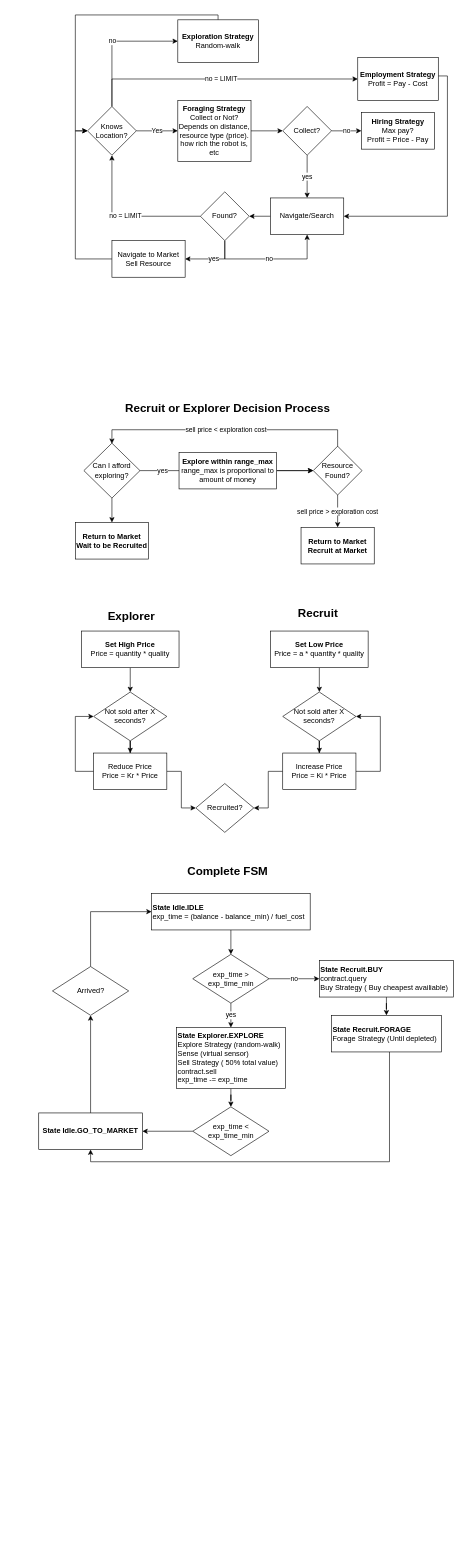
This is MarketForaging/Copy of Untitled Diagram.drawio from teksander/geth-argos, a draw.io file, before an edit. Source tidied: cells renumbered, new cells numbered last; positions are measured from the earlier drawing's top-left corner, leaving out a move shared by most shapes. Both pictures are drawn from the tidied source at 61%, with x=0, y=0 at pixel (38, 15).
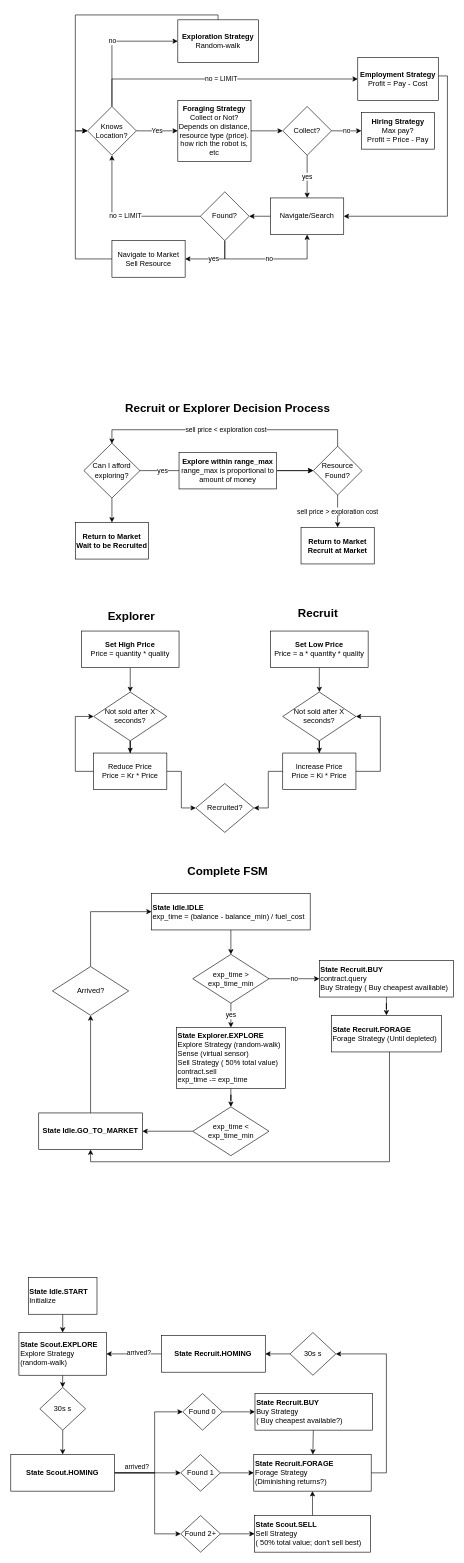
The same page after the edit.

What changed in the source:
```diff
@@
+    <mxCell id="71" style="edgeStyle=orthogonalEdgeStyle;rounded=0;jettySize=auto;html=1;entryX=0.5;entryY=0;entryDx=0;entryDy=0;" parent="1" edge="1" source="72" target="74">
+      <mxGeometry relative="1" as="geometry" />
+    </mxCell>
+    <mxCell id="72" value="&lt;b&gt;State Idle.START&lt;br&gt;&lt;/b&gt;Initialize" style="rounded=0;whiteSpace=wrap;html=1;align=left;" parent="1" vertex="1">
+      <mxGeometry x="-17" y="2070" width="112.5" height="60" as="geometry" />
+    </mxCell>
+    <mxCell id="73" style="edgeStyle=orthogonalEdgeStyle;rounded=0;jettySize=auto;html=1;" parent="1" edge="1" source="74" target="76">
+      <mxGeometry relative="1" as="geometry" />
+    </mxCell>
+    <mxCell id="74" value="&lt;b&gt;State Scout.EXPLORE&lt;br&gt;&lt;/b&gt;Explore Strategy &lt;br&gt;(random-walk)" style="whiteSpace=wrap;html=1;rounded=0;align=left;" parent="1" vertex="1">
+      <mxGeometry x="-32.5" y="2160" width="143.4" height="70" as="geometry" />
+    </mxCell>
+    <mxCell id="75" style="edgeStyle=orthogonalEdgeStyle;rounded=0;jettySize=auto;html=1;" parent="1" edge="1" source="76" target="80">
+      <mxGeometry relative="1" as="geometry" />
+    </mxCell>
+    <mxCell id="76" value="30s s" style="rhombus;whiteSpace=wrap;html=1;rounded=0;" parent="1" vertex="1">
+      <mxGeometry x="1.8" y="2250" width="75" height="70" as="geometry" />
+    </mxCell>
+    <mxCell id="77" style="edgeStyle=orthogonalEdgeStyle;rounded=0;jettySize=auto;html=1;entryX=0;entryY=0.5;entryDx=0;entryDy=0;" parent="1" edge="1" source="80" target="86">
+      <mxGeometry relative="1" as="geometry" />
+    </mxCell>
+    <mxCell id="78" style="edgeStyle=orthogonalEdgeStyle;rounded=0;jettySize=auto;html=1;entryX=0;entryY=0.5;entryDx=0;entryDy=0;" parent="1" edge="1" source="80" target="82">
+      <mxGeometry relative="1" as="geometry">
+        <Array as="points">
+          <mxPoint x="190" y="2390" />
+          <mxPoint x="190" y="2290" />
+        </Array>
+      </mxGeometry>
+    </mxCell>
+    <mxCell id="79" style="edgeStyle=orthogonalEdgeStyle;rounded=0;jettySize=auto;html=1;entryX=0;entryY=0.5;entryDx=0;entryDy=0;" parent="1" edge="1" source="80" target="88">
+      <mxGeometry relative="1" as="geometry">
+        <Array as="points">
+          <mxPoint x="190" y="2390" />
+          <mxPoint x="190" y="2490" />
+        </Array>
+      </mxGeometry>
+    </mxCell>
+    <mxCell id="80" value="State Scout.HOMING" style="whiteSpace=wrap;html=1;rounded=0;fontStyle=1;" parent="1" vertex="1">
+      <mxGeometry x="-45.8" y="2360" width="170" height="60" as="geometry" />
+    </mxCell>
+    <mxCell id="81" style="edgeStyle=none;rounded=0;jettySize=auto;html=1;" parent="1" edge="1" source="82" target="92">
+      <mxGeometry relative="1" as="geometry" />
+    </mxCell>
+    <mxCell id="82" value="Found 0" style="rhombus;whiteSpace=wrap;html=1;rounded=0;" parent="1" vertex="1">
+      <mxGeometry x="236" y="2260" width="65" height="60" as="geometry" />
+    </mxCell>
+    <mxCell id="83" style="edgeStyle=orthogonalEdgeStyle;rounded=0;jettySize=auto;html=1;" parent="1" edge="1" source="84" target="94">
+      <mxGeometry relative="1" as="geometry">
+        <Array as="points">
+          <mxPoint x="570" y="2390" />
+          <mxPoint x="570" y="2195" />
+        </Array>
+      </mxGeometry>
+    </mxCell>
+    <mxCell id="84" value="State Recruit.FORAGE&lt;br&gt;&lt;span style=&quot;font-weight: 400&quot;&gt;Forage Strategy &lt;br&gt;(Diminishing returns?)&lt;/span&gt;" style="whiteSpace=wrap;html=1;rounded=0;fontStyle=1;align=left;" parent="1" vertex="1">
+      <mxGeometry x="352.5" y="2360" width="192.5" height="60" as="geometry" />
+    </mxCell>
+    <mxCell id="85" style="edgeStyle=orthogonalEdgeStyle;rounded=0;jettySize=auto;html=1;" parent="1" edge="1" source="86" target="84">
+      <mxGeometry relative="1" as="geometry" />
+    </mxCell>
+    <mxCell id="86" value="Found 1" style="rhombus;whiteSpace=wrap;html=1;rounded=0;" parent="1" vertex="1">
+      <mxGeometry x="232.8" y="2360" width="65" height="60" as="geometry" />
+    </mxCell>
+    <mxCell id="87" style="edgeStyle=orthogonalEdgeStyle;rounded=0;jettySize=auto;html=1;" parent="1" edge="1" source="88" target="90">
+      <mxGeometry relative="1" as="geometry" />
+    </mxCell>
+    <mxCell id="88" value="Found 2+" style="rhombus;whiteSpace=wrap;html=1;rounded=0;" parent="1" vertex="1">
+      <mxGeometry x="232.8" y="2460" width="65" height="60" as="geometry" />
+    </mxCell>
+    <mxCell id="89" style="edgeStyle=none;rounded=0;jettySize=auto;html=1;" parent="1" edge="1" source="90" target="84">
+      <mxGeometry relative="1" as="geometry" />
+    </mxCell>
+    <mxCell id="90" value="State Scout.SELL&lt;br&gt;&lt;span style=&quot;font-weight: 400&quot;&gt;Sell Strategy&lt;/span&gt;&lt;br style=&quot;font-weight: 400&quot;&gt;&lt;span style=&quot;font-weight: 400&quot;&gt;( 50% total value; don't sell best)&lt;/span&gt;" style="whiteSpace=wrap;html=1;rounded=0;fontStyle=1;align=left;" parent="1" vertex="1">
+      <mxGeometry x="353.8" y="2460" width="190" height="60" as="geometry" />
+    </mxCell>
+    <mxCell id="91" style="edgeStyle=none;rounded=0;jettySize=auto;html=1;" parent="1" edge="1" source="92" target="84">
+      <mxGeometry relative="1" as="geometry" />
+    </mxCell>
+    <mxCell id="92" value="State Recruit.BUY&lt;br&gt;&lt;span style=&quot;font-weight: normal&quot;&gt;Buy Strategy &lt;/span&gt;&lt;br&gt;&lt;span style=&quot;font-weight: normal&quot;&gt;( Buy cheapest &lt;/span&gt;&lt;span style=&quot;font-weight: 400&quot;&gt;available?&lt;/span&gt;&lt;span style=&quot;font-weight: normal&quot;&gt;)&lt;/span&gt;" style="whiteSpace=wrap;html=1;rounded=0;fontStyle=1;align=left;" parent="1" vertex="1">
+      <mxGeometry x="354.5" y="2260" width="192.5" height="60" as="geometry" />
+    </mxCell>
+    <mxCell id="93" style="edgeStyle=orthogonalEdgeStyle;rounded=0;jettySize=auto;html=1;entryX=1;entryY=0.5;entryDx=0;entryDy=0;" parent="1" edge="1" source="94" target="97">
+      <mxGeometry relative="1" as="geometry" />
+    </mxCell>
+    <mxCell id="94" value="30s s" style="rhombus;whiteSpace=wrap;html=1;rounded=0;" parent="1" vertex="1">
+      <mxGeometry x="412" y="2160" width="75" height="70" as="geometry" />
+    </mxCell>
+    <mxCell id="95" style="edgeStyle=orthogonalEdgeStyle;rounded=0;jettySize=auto;html=1;entryX=1;entryY=0.5;entryDx=0;entryDy=0;" parent="1" edge="1" source="97" target="74">
+      <mxGeometry relative="1" as="geometry" />
+    </mxCell>
+    <mxCell id="96" value="arrived?" style="edgeLabel;html=1;align=center;verticalAlign=middle;" parent="95" vertex="1">
+      <mxGeometry x="-0.17" y="-2" relative="1" as="geometry" />
+    </mxCell>
+    <mxCell id="97" value="State Recruit.HOMING" style="whiteSpace=wrap;html=1;rounded=0;fontStyle=1;" parent="1" vertex="1">
+      <mxGeometry x="201.4" y="2165" width="170" height="60" as="geometry" />
+    </mxCell>
+    <mxCell id="98" value="arrived?" style="edgeLabel;html=1;align=center;verticalAlign=middle;" parent="1" vertex="1">
+      <mxGeometry x="160" y="2380" as="geometry" />
+    </mxCell>
```
